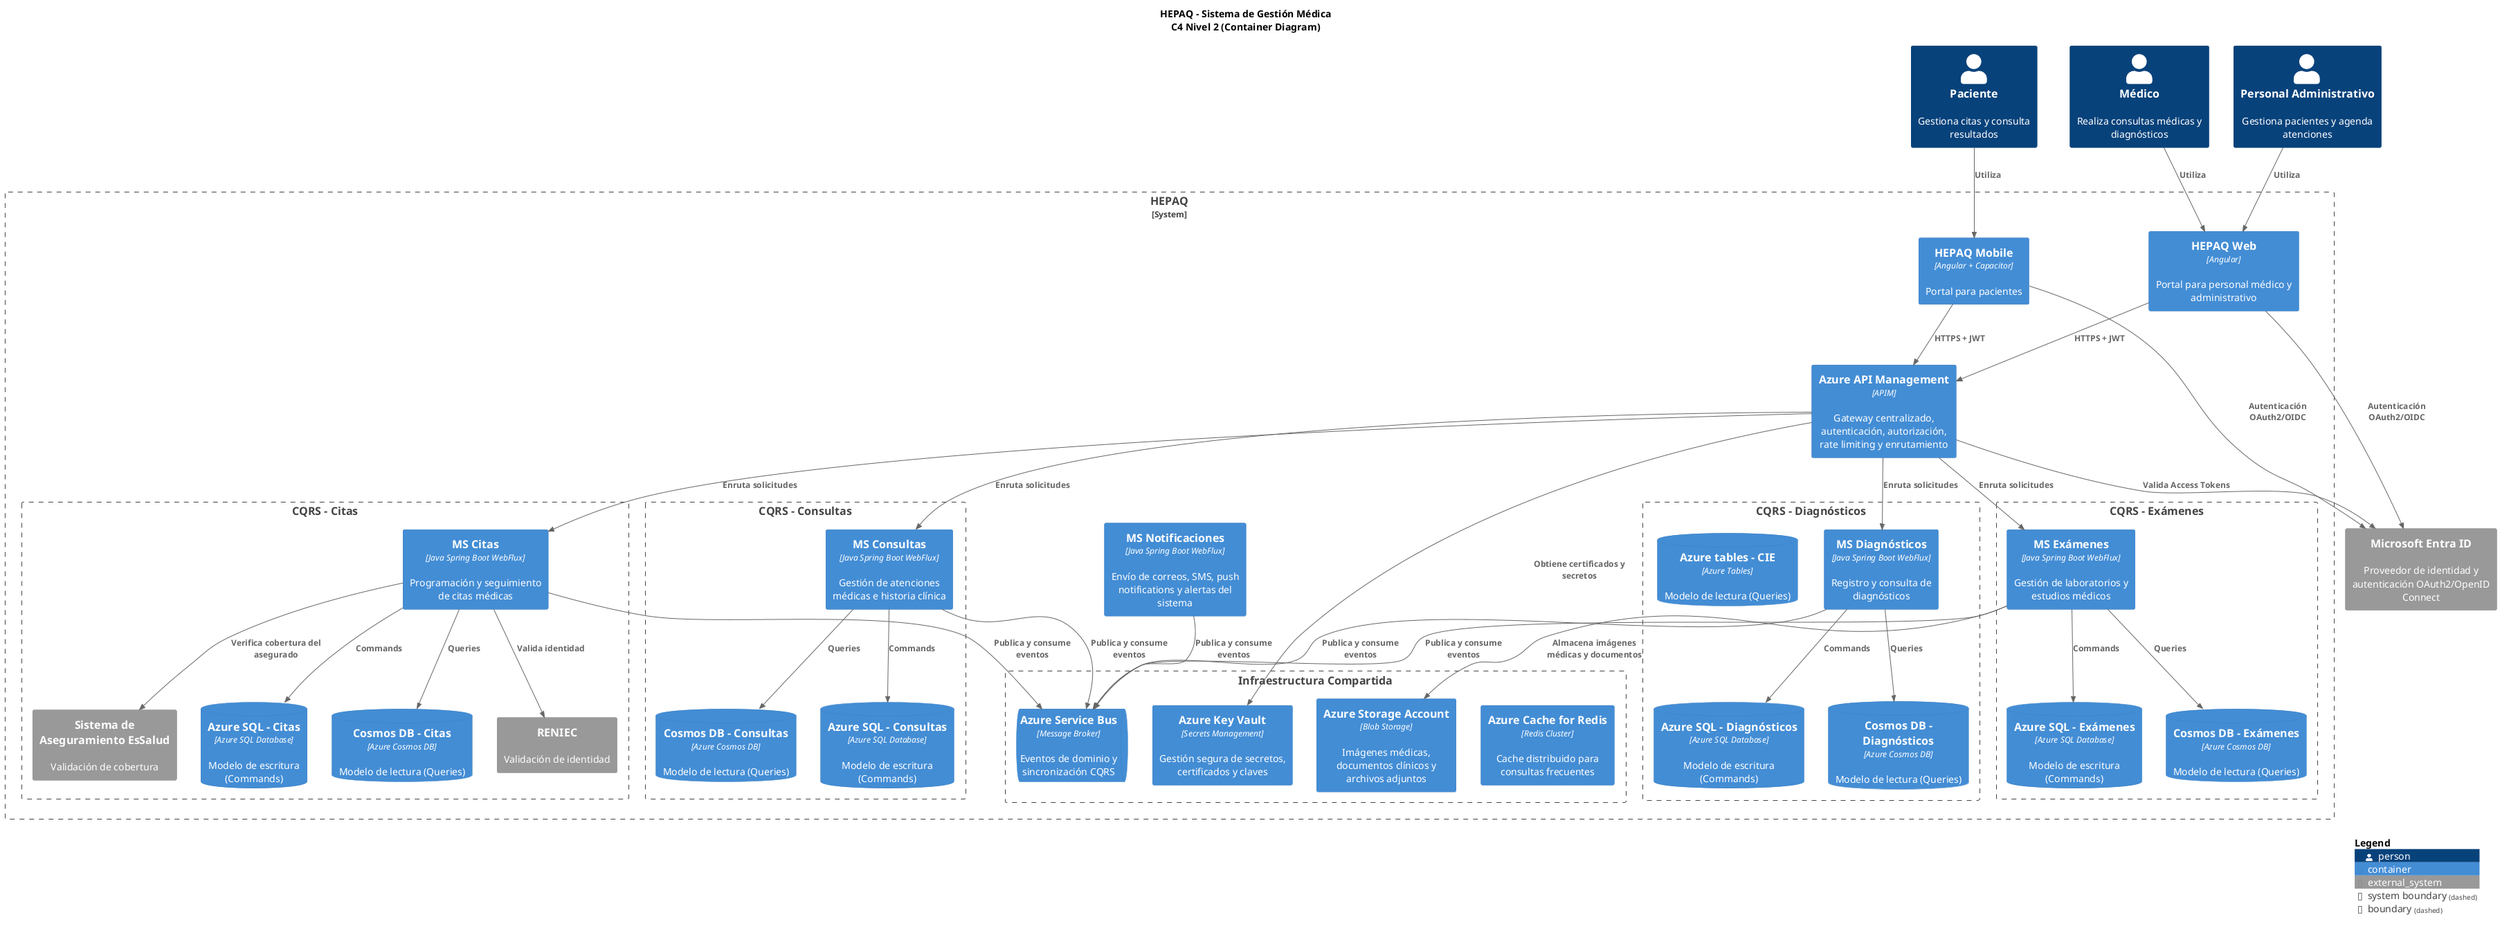
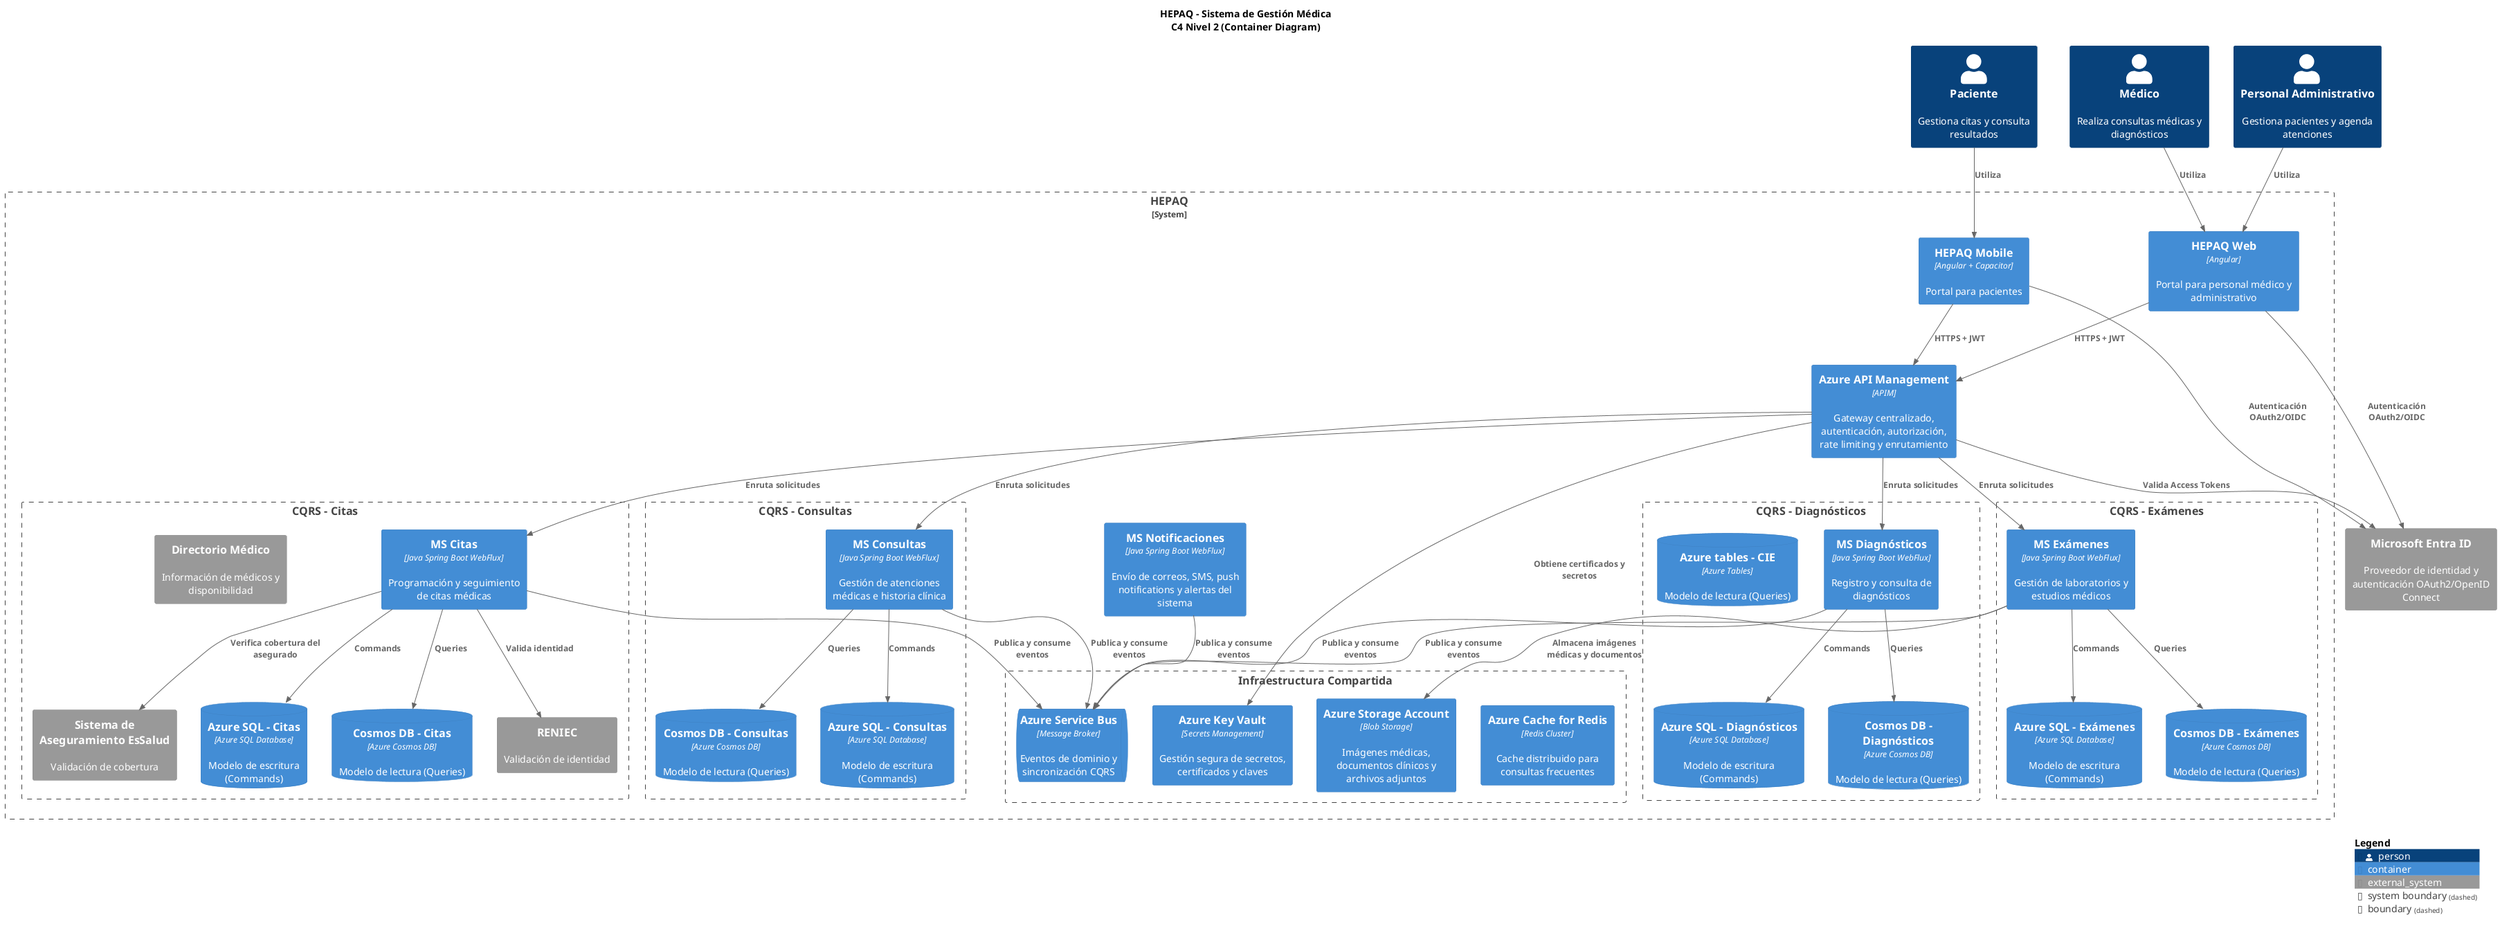
@startuml

!include <C4/C4_Container>

title HEPAQ - Sistema de Gestión Médica\nC4 Nivel 2 (Container Diagram)

Person(paciente, "Paciente", "Gestiona citas y consulta resultados")
Person(medico, "Médico", "Realiza consultas médicas y diagnósticos")
Person(administrativo, "Personal Administrativo", "Gestiona pacientes y agenda atenciones")

System_Ext(entraId, "Microsoft Entra ID", "Proveedor de identidad y autenticación OAuth2/OpenID Connect")

System_Boundary(hepaq, "HEPAQ") {

    Container(web, "HEPAQ Web", "Angular", "Portal para personal médico y administrativo")

    Container(mobile, "HEPAQ Mobile", "Angular + Capacitor", "Portal para pacientes")

    Container(apiGateway, "Azure API Management", "APIM", "Gateway centralizado, autenticación, autorización, rate limiting y enrutamiento")

    Boundary(sharedInfra, "Infraestructura Compartida") {

        Container(cache, "Azure Cache for Redis", "Redis Cluster", "Cache distribuido para consultas frecuentes")

        ContainerQueue(eventBus, "Azure Service Bus", "Message Broker", "Eventos de dominio y sincronización CQRS")

        Container(keyVault, "Azure Key Vault", "Secrets Management", "Gestión segura de secretos, certificados y claves")

        Container(storage, "Azure Storage Account", "Blob Storage", "Imágenes médicas, documentos clínicos y archivos adjuntos")
    }

    Boundary(cqrsCitas, "CQRS - Citas") {

        Container(citas, "MS Citas", "Java Spring Boot WebFlux", "Programación y seguimiento de citas médicas")

        ContainerDb(citasWriteDb, "Azure SQL - Citas", "Azure SQL Database", "Modelo de escritura (Commands)")

        ContainerDb(citasReadDb, "Cosmos DB - Citas", "Azure Cosmos DB", "Modelo de lectura (Queries)")

        System_Ext(reniec, "RENIEC", "Validación de identidad")

        System_Ext(seguro, "Sistema de Aseguramiento EsSalud", "Validación de cobertura")
+ 
+         System_Ext(medicos, "Directorio Médico", "Información de médicos y disponibilidad")
    }

    Boundary(cqrsConsultas, "CQRS - Consultas") {

        Container(consultas, "MS Consultas", "Java Spring Boot WebFlux", "Gestión de atenciones médicas e historia clínica")

        ContainerDb(consultasWriteDb, "Azure SQL - Consultas", "Azure SQL Database", "Modelo de escritura (Commands)")

        ContainerDb(consultasReadDb, "Cosmos DB - Consultas", "Azure Cosmos DB", "Modelo de lectura (Queries)")
    }

    Boundary(cqrsDiagnosticos, "CQRS - Diagnósticos") {

        Container(diagnosticos, "MS Diagnósticos", "Java Spring Boot WebFlux", "Registro y consulta de diagnósticos")

        ContainerDb(diagnosticosWriteDb, "Azure SQL - Diagnósticos", "Azure SQL Database", "Modelo de escritura (Commands)")

        ContainerDb(diagnosticosReadDb, "Cosmos DB - Diagnósticos", "Azure Cosmos DB", "Modelo de lectura (Queries)")
        ContainerDb(cieReadDb, "Azure tables - CIE", "Azure Tables", "Modelo de lectura (Queries)")
    }

    Boundary(cqrsExamenes, "CQRS - Exámenes") {

        Container(examenes, "MS Exámenes", "Java Spring Boot WebFlux", "Gestión de laboratorios y estudios médicos")

        ContainerDb(examenesWriteDb, "Azure SQL - Exámenes", "Azure SQL Database", "Modelo de escritura (Commands)")

        ContainerDb(examenesReadDb, "Cosmos DB - Exámenes", "Azure Cosmos DB", "Modelo de lectura (Queries)")
    }

    Container(notificaciones, "MS Notificaciones", "Java Spring Boot WebFlux", "Envío de correos, SMS, push notifications y alertas del sistema")
}

' ==========================
' Usuarios
' ==========================

Rel(paciente, mobile, "Utiliza")

Rel(medico, web, "Utiliza")

Rel(administrativo, web, "Utiliza")

' ==========================
' Autenticación
' ==========================

Rel(web, entraId, "Autenticación OAuth2/OIDC")

Rel(mobile, entraId, "Autenticación OAuth2/OIDC")

Rel(apiGateway, entraId, "Valida Access Tokens")

' ==========================
' Frontend -> APIM
' ==========================

Rel(web, apiGateway, "HTTPS + JWT")

Rel(mobile, apiGateway, "HTTPS + JWT")

' ==========================
' APIM -> Microservicios
' ==========================

Rel(apiGateway, citas, "Enruta solicitudes")

Rel(apiGateway, consultas, "Enruta solicitudes")

Rel(apiGateway, diagnosticos, "Enruta solicitudes")

Rel(apiGateway, examenes, "Enruta solicitudes")

' ==========================
' CQRS - Commands / Queries
' ==========================

Rel(citas, citasWriteDb, "Commands")

Rel(citas, citasReadDb, "Queries")

Rel(consultas, consultasWriteDb, "Commands")

Rel(consultas, consultasReadDb, "Queries")

Rel(diagnosticos, diagnosticosWriteDb, "Commands")

Rel(diagnosticos, diagnosticosReadDb, "Queries")

Rel(examenes, examenesWriteDb, "Commands")

Rel(examenes, examenesReadDb, "Queries")

' ==========================
' Event Driven Architecture
' ==========================

Rel(citas, eventBus, "Publica y consume eventos")

Rel(consultas, eventBus, "Publica y consume eventos")

Rel(diagnosticos, eventBus, "Publica y consume eventos")

Rel(examenes, eventBus, "Publica y consume eventos")

Rel(notificaciones, eventBus, "Publica y consume eventos")

' ==========================
' Seguridad
' ==========================

Rel(apiGateway, keyVault, "Obtiene certificados y secretos")

' ==========================
' Almacenamiento documental
' ==========================

Rel(examenes, storage, "Almacena imágenes médicas y documentos")

' ==========================
' Integraciones de negocio
' ==========================

Rel(citas, reniec, "Valida identidad")

Rel(citas, seguro, "Verifica cobertura del asegurado")

SHOW_LEGEND()

@enduml